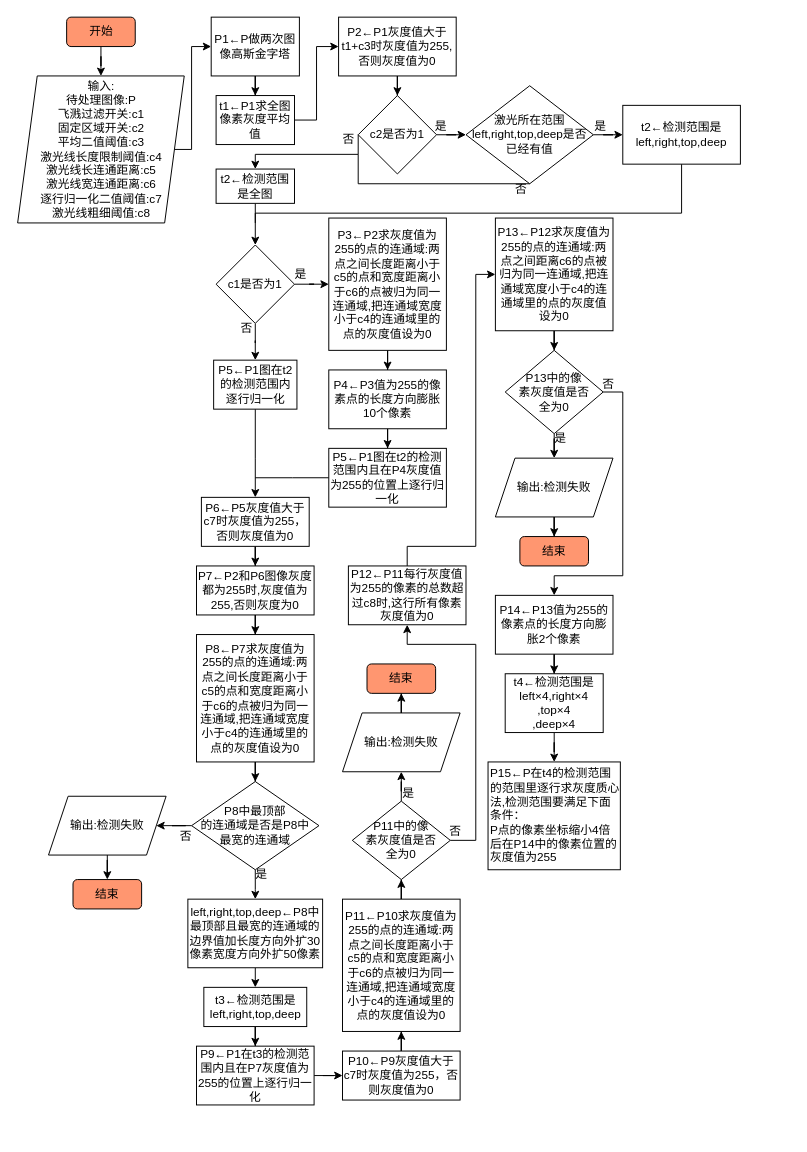
The draw.io diagram 未命名绘图.drawio in qubo188612/Visio, before the edit. Source tidied: cells renumbered, new cells numbered last; positions are measured from the earlier drawing's top-left corner, leaving out a move shared by most shapes. Both pictures are drawn from the tidied source at 98%, with x=0, y=0 at pixel (17, 17).
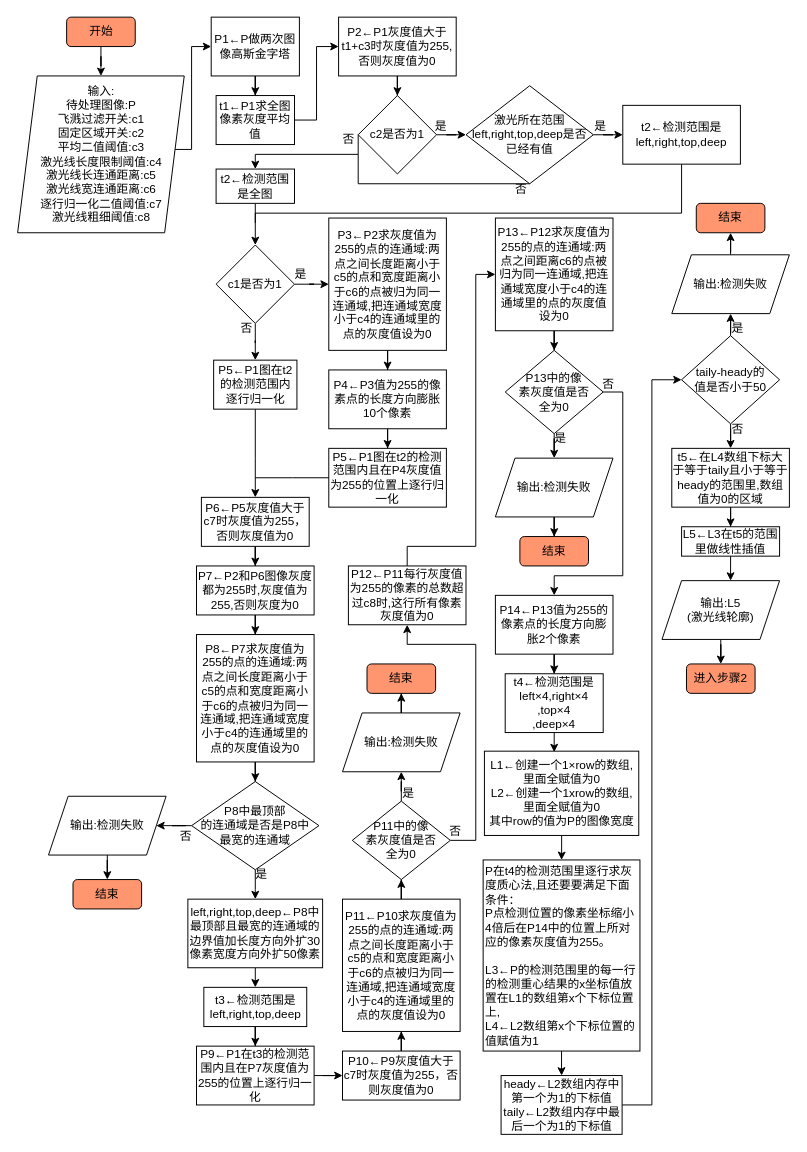
The same page after the edit.

Commit message:
更新未命名绘图.drawio

Unchanged cells that the change refers to:
```xml
<mxCell id="86" value="t4←检测范围是left×4,right×4&lt;br&gt;,top×4&lt;br&gt;,deep×4" style="rounded=0;whiteSpace=wrap;html=1;fillColor=#FFFFFF;" parent="1" vertex="1">
  <mxGeometry x="498" y="670" width="100" height="60" as="geometry" />
</mxCell>
```

Diff of the diagram source:
```diff
@@
-    <mxCell id="5" value="输入:&lt;br&gt;待处理图像:P&lt;br&gt;飞溅过滤开关:c1&lt;br&gt;固定区域开关:c2&lt;br&gt;平均二值阈值:c3&lt;br&gt;激光线长度限制阈值:c4&lt;br&gt;激光线长连通距离:c5&lt;br&gt;激光线宽连通距离:c6&lt;br&gt;逐行归一化二值阈值:c7&lt;br&gt;激光线粗细阈值:c8" style="shape=parallelogram;perimeter=parallelogramPerimeter;whiteSpace=wrap;html=1;fixedSize=1;" parent="1" vertex="1">
-      <mxGeometry x="0.5" y="60" width="170" height="150" as="geometry" />
+    <mxCell id="5" value="输入:&lt;br&gt;待处理图像:P&lt;br&gt;飞溅过滤开关:c1&lt;br&gt;固定区域开关:c2&lt;br&gt;平均二值阈值:c3&lt;br&gt;激光线长度限制阈值:c4&lt;br&gt;激光线长连通距离:c5&lt;br&gt;激光线宽连通距离:c6&lt;br&gt;逐行归一化二值阈值:c7&lt;br&gt;激光线粗细阈值:c8&lt;br&gt;" style="shape=parallelogram;perimeter=parallelogramPerimeter;whiteSpace=wrap;html=1;fixedSize=1;" parent="1" vertex="1">
+      <mxGeometry x="0.5" y="60" width="170" height="160" as="geometry" />
     </mxCell>
@@
-    <mxCell id="85" style="edgeStyle=orthogonalEdgeStyle;rounded=0;jettySize=auto;html=1;endArrow=classic;endFill=1;" parent="1" edge="1" source="86" target="87">
-      <mxGeometry relative="1" as="geometry" />
-    </mxCell>
+    <mxCell id="88" style="edgeStyle=orthogonalEdgeStyle;rounded=0;jettySize=auto;html=1;entryX=0.451;entryY=0.003;entryDx=0;entryDy=0;entryPerimeter=0;" parent="1" edge="1" source="86" target="91">
+      <mxGeometry relative="1" as="geometry" />
+    </mxCell>
@@
+    <mxCell id="89" style="edgeStyle=orthogonalEdgeStyle;rounded=0;jettySize=auto;html=1;" parent="1" edge="1" source="87" target="93">
+      <mxGeometry relative="1" as="geometry" />
+    </mxCell>
-    <mxCell id="87" value="&lt;div style=&quot;&quot;&gt;&lt;span style=&quot;background-color: initial;&quot;&gt;P15←P在t4的检测范围的范围里逐行求灰度质心法&lt;/span&gt;&lt;span style=&quot;background-color: initial;&quot;&gt;,检测范围要满足下面条件：&lt;/span&gt;&lt;/div&gt;P点的像素坐标缩小4倍后在P14中的像素位置的灰度值为255" style="rounded=0;whiteSpace=wrap;html=1;fillColor=#FFFFFF;align=left;" parent="1" vertex="1">
-      <mxGeometry x="480.5" y="760" width="135" height="110" as="geometry" />
+    <mxCell id="87" value="&lt;div style=&quot;&quot;&gt;&lt;span style=&quot;background-color: initial;&quot;&gt;P在t4的检测范围里逐行求灰度质心法&lt;/span&gt;&lt;span style=&quot;background-color: initial;&quot;&gt;,且还要要满足下面条件：&lt;/span&gt;&lt;/div&gt;P点检测位置的像素坐标缩小4倍后在P14中的位置上所对应的像素灰度值为255。&lt;br&gt;&lt;br&gt;L3←P的检测范围里的每一行的检测重心结果的x坐标值放置在L1的数组第x个下标位置上,&lt;br&gt;L4←L2数组第x个下标位置的值赋值为1" style="rounded=0;whiteSpace=wrap;html=1;fillColor=#FFFFFF;align=left;" parent="1" vertex="1">
+      <mxGeometry x="475.5" y="860" width="160" height="195" as="geometry" />
     </mxCell>
+    <mxCell id="90" style="edgeStyle=orthogonalEdgeStyle;rounded=0;jettySize=auto;html=1;" parent="1" edge="1" source="91" target="87">
+      <mxGeometry relative="1" as="geometry" />
+    </mxCell>
+    <mxCell id="91" value="L1←创建一个1×row的数组,里面全赋值为0&lt;br&gt;L2←创建一个1xrow的数组,里面全赋值为0&lt;br&gt;其中row的值为P的图像宽度" style="rounded=0;whiteSpace=wrap;html=1;" parent="1" vertex="1">
+      <mxGeometry x="476.8" y="749" width="157.5" height="86" as="geometry" />
+    </mxCell>
+    <mxCell id="92" style="edgeStyle=orthogonalEdgeStyle;rounded=0;jettySize=auto;html=1;entryX=0;entryY=0.5;entryDx=0;entryDy=0;" parent="1" edge="1" source="93" target="96">
+      <mxGeometry relative="1" as="geometry" />
+    </mxCell>
+    <mxCell id="93" value="heady←L2数组内存中第一个为1的下标值&lt;br&gt;taily←L2数组内存中最后一个为1的下标值" style="rounded=0;whiteSpace=wrap;html=1;" parent="1" vertex="1">
+      <mxGeometry x="493.8" y="1080" width="123.5" height="60" as="geometry" />
+    </mxCell>
+    <mxCell id="94" style="edgeStyle=orthogonalEdgeStyle;rounded=0;jettySize=auto;html=1;" parent="1" edge="1" source="96" target="98">
+      <mxGeometry relative="1" as="geometry" />
+    </mxCell>
+    <mxCell id="95" style="edgeStyle=orthogonalEdgeStyle;rounded=0;jettySize=auto;html=1;" parent="1" edge="1" source="96" target="102">
+      <mxGeometry relative="1" as="geometry" />
+    </mxCell>
+    <mxCell id="96" value="taily-heady的&lt;br&gt;值是否小于50" style="rhombus;whiteSpace=wrap;html=1;" parent="1" vertex="1">
+      <mxGeometry x="678" y="325" width="100" height="90" as="geometry" />
+    </mxCell>
+    <mxCell id="97" style="edgeStyle=orthogonalEdgeStyle;rounded=0;jettySize=auto;html=1;" parent="1" edge="1" source="98" target="100">
+      <mxGeometry relative="1" as="geometry" />
+    </mxCell>
+    <mxCell id="98" value="输出:检测失败" style="shape=parallelogram;perimeter=parallelogramPerimeter;whiteSpace=wrap;html=1;fixedSize=1;" parent="1" vertex="1">
+      <mxGeometry x="668" y="242.5" width="120" height="60" as="geometry" />
+    </mxCell>
+    <mxCell id="99" value="是" style="text;html=1;align=center;verticalAlign=middle;strokeColor=none;fillColor=none;" parent="1" vertex="1">
+      <mxGeometry x="715" y="302.5" width="40" height="30" as="geometry" />
+    </mxCell>
+    <mxCell id="100" value="结束" style="rounded=1;whiteSpace=wrap;html=1;fillColor=#FF9670;" parent="1" vertex="1">
+      <mxGeometry x="693" y="190" width="70" height="30" as="geometry" />
+    </mxCell>
+    <mxCell id="101" style="edgeStyle=orthogonalEdgeStyle;rounded=0;jettySize=auto;html=1;" parent="1" edge="1" source="102" target="105">
+      <mxGeometry relative="1" as="geometry" />
+    </mxCell>
+    <mxCell id="102" value="t5←在L4数组下标大于等于taily且小于等于heady的范围里,数组值为0的区域" style="rounded=0;whiteSpace=wrap;html=1;" parent="1" vertex="1">
+      <mxGeometry x="668" y="440" width="120" height="60" as="geometry" />
+    </mxCell>
+    <mxCell id="103" value="否" style="text;html=1;align=center;verticalAlign=middle;strokeColor=none;fillColor=none;" parent="1" vertex="1">
+      <mxGeometry x="715" y="406" width="40" height="30" as="geometry" />
+    </mxCell>
+    <mxCell id="104" style="edgeStyle=orthogonalEdgeStyle;rounded=0;jettySize=auto;html=1;" parent="1" edge="1" source="105">
+      <mxGeometry relative="1" as="geometry">
+        <mxPoint x="728" y="575" as="targetPoint" />
+      </mxGeometry>
+    </mxCell>
+    <mxCell id="105" value="L5←L3在t5的范围里做线性插值" style="rounded=0;whiteSpace=wrap;html=1;" parent="1" vertex="1">
+      <mxGeometry x="678" y="520" width="100" height="30" as="geometry" />
+    </mxCell>
+    <mxCell id="106" style="edgeStyle=orthogonalEdgeStyle;rounded=0;jettySize=auto;html=1;" parent="1" edge="1" source="107" target="108">
+      <mxGeometry relative="1" as="geometry" />
+    </mxCell>
+    <mxCell id="107" value="输出:L5&lt;br&gt;(激光线轮廓)" style="shape=parallelogram;perimeter=parallelogramPerimeter;whiteSpace=wrap;html=1;fixedSize=1;fillColor=#FFFFFF;" parent="1" vertex="1">
+      <mxGeometry x="658" y="575" width="120" height="60" as="geometry" />
+    </mxCell>
+    <mxCell id="108" value="进入步骤2" style="rounded=1;whiteSpace=wrap;html=1;fillColor=#FF9670;" parent="1" vertex="1">
+      <mxGeometry x="683" y="660" width="70" height="30" as="geometry" />
+    </mxCell>
```
